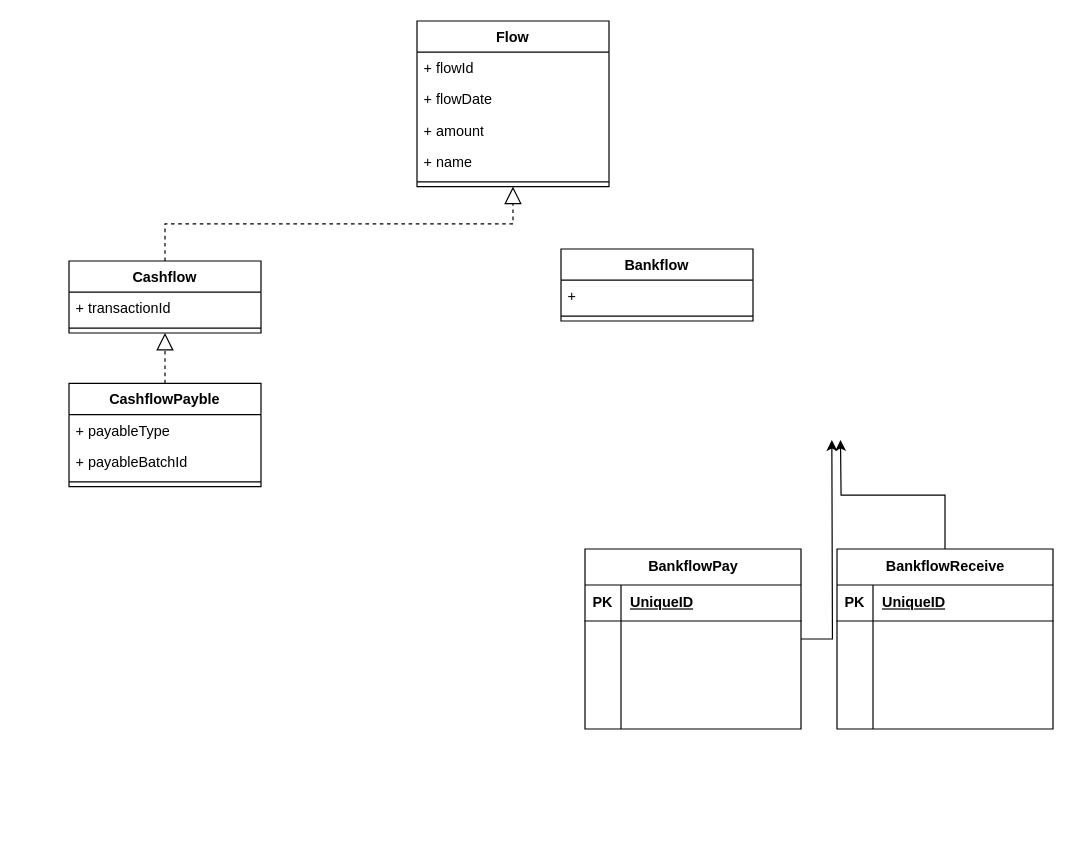
sxbwjm/dianzi keeps this draw.io diagram as page "class diagram" (3 of 3) of diagram.drawio. Above is the earlier version. Source tidied: cells renumbered, new cells numbered last; positions are measured from the earlier drawing's top-left corner, leaving out a move shared by most shapes. Both pictures are drawn from the tidied source at 120%, with x=0, y=0 at pixel (68, 20).
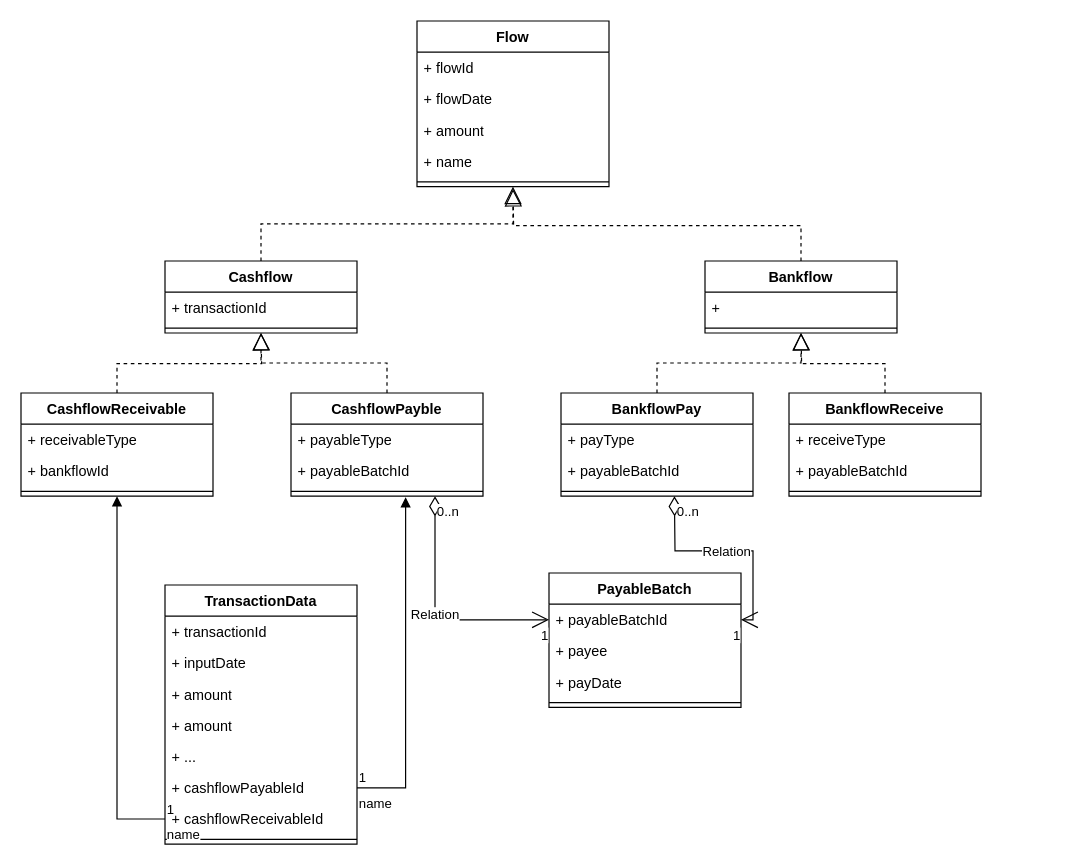
The same page after the edit.

Unchanged cells that the change refers to:
```xml
<mxCell id="46" style="line;strokeWidth=1;fillColor=none;align=left;verticalAlign=middle;spacingTop=-1;spacingLeft=3;spacingRight=3;labelPosition=right;points=[];portConstraint=eastwest;strokeColor=inherit;" parent="43" vertex="1">
  <mxGeometry y="78" width="160" height="8" as="geometry" />
</mxCell>
```

Change to the diagram source:
```diff
@@
-    <mxCell id="2" value="BankflowPay" style="shape=table;startSize=30;childLayout=tableLayout;rowLines=0;fontStyle=1;align=center;html=1;" parent="1" vertex="1">
-      <mxGeometry x="430" y="440" width="180" height="150" as="geometry" />
-    </mxCell>
-    <mxCell id="3" style="shape=tableRow;horizontal=0;startSize=0;swimlaneHead=0;swimlaneBody=0;fillColor=none;top=0;left=0;right=0;bottom=1;" parent="2" vertex="1">
-      <mxGeometry y="30" width="180" height="30" as="geometry" />
-    </mxCell>
-    <mxCell id="4" value="PK" style="shape=partialRectangle;fillColor=none;top=0;left=0;bottom=0;right=0;fontStyle=1;overflow=hidden;whiteSpace=wrap;html=1;" parent="3" vertex="1">
-      <mxGeometry width="30" height="30" as="geometry" />
-    </mxCell>
-    <mxCell id="5" value="UniqueID" style="shape=partialRectangle;fillColor=none;top=0;left=0;bottom=0;right=0;align=left;spacingLeft=6;fontStyle=5;overflow=hidden;whiteSpace=wrap;html=1;" parent="3" vertex="1">
-      <mxGeometry x="30" width="150" height="30" as="geometry" />
-    </mxCell>
-    <mxCell id="6" style="shape=tableRow;horizontal=0;startSize=0;swimlaneHead=0;swimlaneBody=0;fillColor=none;top=0;left=0;right=0;bottom=0;" parent="2" vertex="1">
-      <mxGeometry y="60" width="180" height="30" as="geometry" />
-    </mxCell>
-    <mxCell id="7" style="shape=partialRectangle;fillColor=none;top=0;left=0;bottom=0;right=0;overflow=hidden;whiteSpace=wrap;html=1;" parent="6" vertex="1">
-      <mxGeometry width="30" height="30" as="geometry" />
-    </mxCell>
-    <mxCell id="8" style="shape=partialRectangle;fillColor=none;top=0;left=0;bottom=0;right=0;align=left;spacingLeft=6;overflow=hidden;whiteSpace=wrap;html=1;" parent="6" vertex="1">
-      <mxGeometry x="30" width="150" height="30" as="geometry" />
-    </mxCell>
-    <mxCell id="9" style="shape=tableRow;horizontal=0;startSize=0;swimlaneHead=0;swimlaneBody=0;fillColor=none;top=0;left=0;right=0;bottom=0;" parent="2" vertex="1">
-      <mxGeometry y="90" width="180" height="30" as="geometry" />
-    </mxCell>
-    <mxCell id="10" style="shape=partialRectangle;fillColor=none;top=0;left=0;bottom=0;right=0;overflow=hidden;whiteSpace=wrap;html=1;" parent="9" vertex="1">
-      <mxGeometry width="30" height="30" as="geometry" />
-    </mxCell>
-    <mxCell id="11" style="shape=partialRectangle;fillColor=none;top=0;left=0;bottom=0;right=0;align=left;spacingLeft=6;overflow=hidden;whiteSpace=wrap;html=1;" parent="9" vertex="1">
-      <mxGeometry x="30" width="150" height="30" as="geometry" />
-    </mxCell>
-    <mxCell id="12" style="shape=tableRow;horizontal=0;startSize=0;swimlaneHead=0;swimlaneBody=0;fillColor=none;top=0;left=0;right=0;bottom=0;" parent="2" vertex="1">
-      <mxGeometry y="120" width="180" height="30" as="geometry" />
-    </mxCell>
-    <mxCell id="13" style="shape=partialRectangle;fillColor=none;top=0;left=0;bottom=0;right=0;overflow=hidden;whiteSpace=wrap;html=1;" parent="12" vertex="1">
-      <mxGeometry width="30" height="30" as="geometry" />
-    </mxCell>
-    <mxCell id="14" style="shape=partialRectangle;fillColor=none;top=0;left=0;bottom=0;right=0;align=left;spacingLeft=6;overflow=hidden;whiteSpace=wrap;html=1;" parent="12" vertex="1">
-      <mxGeometry x="30" width="150" height="30" as="geometry" />
-    </mxCell>
-    <mxCell id="15" value="BankflowReceive" style="shape=table;startSize=30;childLayout=tableLayout;rowLines=0;fontStyle=1;align=center;html=1;" parent="1" vertex="1">
-      <mxGeometry x="640" y="440" width="180" height="150" as="geometry" />
-    </mxCell>
-    <mxCell id="16" style="shape=tableRow;horizontal=0;startSize=0;swimlaneHead=0;swimlaneBody=0;fillColor=none;top=0;left=0;right=0;bottom=1;" parent="15" vertex="1">
-      <mxGeometry y="30" width="180" height="30" as="geometry" />
-    </mxCell>
-    <mxCell id="17" value="PK" style="shape=partialRectangle;fillColor=none;top=0;left=0;bottom=0;right=0;fontStyle=1;overflow=hidden;whiteSpace=wrap;html=1;" parent="16" vertex="1">
-      <mxGeometry width="30" height="30" as="geometry" />
-    </mxCell>
-    <mxCell id="18" value="UniqueID" style="shape=partialRectangle;fillColor=none;top=0;left=0;bottom=0;right=0;align=left;spacingLeft=6;fontStyle=5;overflow=hidden;whiteSpace=wrap;html=1;" parent="16" vertex="1">
-      <mxGeometry x="30" width="150" height="30" as="geometry" />
-    </mxCell>
-    <mxCell id="19" style="shape=tableRow;horizontal=0;startSize=0;swimlaneHead=0;swimlaneBody=0;fillColor=none;top=0;left=0;right=0;bottom=0;" parent="15" vertex="1">
-      <mxGeometry y="60" width="180" height="30" as="geometry" />
-    </mxCell>
-    <mxCell id="20" style="shape=partialRectangle;fillColor=none;top=0;left=0;bottom=0;right=0;overflow=hidden;whiteSpace=wrap;html=1;" parent="19" vertex="1">
-      <mxGeometry width="30" height="30" as="geometry" />
-    </mxCell>
-    <mxCell id="21" style="shape=partialRectangle;fillColor=none;top=0;left=0;bottom=0;right=0;align=left;spacingLeft=6;overflow=hidden;whiteSpace=wrap;html=1;" parent="19" vertex="1">
-      <mxGeometry x="30" width="150" height="30" as="geometry" />
-    </mxCell>
-    <mxCell id="22" style="shape=tableRow;horizontal=0;startSize=0;swimlaneHead=0;swimlaneBody=0;fillColor=none;top=0;left=0;right=0;bottom=0;" parent="15" vertex="1">
-      <mxGeometry y="90" width="180" height="30" as="geometry" />
-    </mxCell>
-    <mxCell id="23" style="shape=partialRectangle;fillColor=none;top=0;left=0;bottom=0;right=0;overflow=hidden;whiteSpace=wrap;html=1;" parent="22" vertex="1">
-      <mxGeometry width="30" height="30" as="geometry" />
-    </mxCell>
-    <mxCell id="24" style="shape=partialRectangle;fillColor=none;top=0;left=0;bottom=0;right=0;align=left;spacingLeft=6;overflow=hidden;whiteSpace=wrap;html=1;" parent="22" vertex="1">
-      <mxGeometry x="30" width="150" height="30" as="geometry" />
-    </mxCell>
-    <mxCell id="25" style="shape=tableRow;horizontal=0;startSize=0;swimlaneHead=0;swimlaneBody=0;fillColor=none;top=0;left=0;right=0;bottom=0;" parent="15" vertex="1">
-      <mxGeometry y="120" width="180" height="30" as="geometry" />
-    </mxCell>
-    <mxCell id="26" style="shape=partialRectangle;fillColor=none;top=0;left=0;bottom=0;right=0;overflow=hidden;whiteSpace=wrap;html=1;" parent="25" vertex="1">
-      <mxGeometry width="30" height="30" as="geometry" />
-    </mxCell>
-    <mxCell id="27" style="shape=partialRectangle;fillColor=none;top=0;left=0;bottom=0;right=0;align=left;spacingLeft=6;overflow=hidden;whiteSpace=wrap;html=1;" parent="25" vertex="1">
-      <mxGeometry x="30" width="150" height="30" as="geometry" />
-    </mxCell>
-    <mxCell id="28" style="edgeStyle=orthogonalEdgeStyle;rounded=0;jettySize=auto;html=1;entryX=0.516;entryY=0.973;entryDx=0;entryDy=0;entryPerimeter=0;" parent="1" edge="1" source="15">
-      <mxGeometry relative="1" as="geometry">
-        <mxPoint x="642.9" y="349.2" as="targetPoint" />
-      </mxGeometry>
-    </mxCell>
-    <mxCell id="29" style="edgeStyle=orthogonalEdgeStyle;rounded=0;jettySize=auto;html=1;entryX=0.476;entryY=0.973;entryDx=0;entryDy=0;entryPerimeter=0;" parent="1" edge="1" source="2">
-      <mxGeometry relative="1" as="geometry">
-        <mxPoint x="635.7" y="349.2" as="targetPoint" />
-      </mxGeometry>
-    </mxCell>
@@
     <mxCell id="36" value="Cashflow" style="swimlane;fontStyle=1;align=center;verticalAlign=top;horizontal=1;startSize=26;whiteSpace=wrap;html=1;" parent="1" vertex="1">
-      <mxGeometry y="200" width="160" height="60" as="geometry" />
+      <mxGeometry x="80" y="200" width="160" height="60" as="geometry" />
     </mxCell>
@@
     <mxCell id="40" value="Bankflow" style="swimlane;fontStyle=1;align=center;verticalAlign=top;horizontal=1;startSize=26;whiteSpace=wrap;html=1;" parent="1" vertex="1">
-      <mxGeometry x="410" y="190" width="160" height="60" as="geometry" />
+      <mxGeometry x="530" y="200" width="160" height="60" as="geometry" />
     </mxCell>
@@
     <mxCell id="43" value="CashflowPayble" style="swimlane;fontStyle=1;align=center;verticalAlign=top;horizontal=1;startSize=26;whiteSpace=wrap;html=1;" parent="1" vertex="1">
-      <mxGeometry y="302" width="160" height="86" as="geometry" />
+      <mxGeometry x="185" y="310" width="160" height="86" as="geometry" />
     </mxCell>
@@
+    <mxCell id="48" style="endArrow=block;dashed=1;endFill=0;endSize=12;html=1;rounded=0;edgeStyle=orthogonalEdgeStyle;exitX=0.5;exitY=0;exitDx=0;exitDy=0;" parent="1" edge="1" source="72">
+      <mxGeometry relative="1" as="geometry">
+        <mxPoint x="160" y="260" as="targetPoint" />
+      </mxGeometry>
+    </mxCell>
+    <mxCell id="49" style="endArrow=block;dashed=1;endFill=0;endSize=12;html=1;rounded=0;edgeStyle=orthogonalEdgeStyle;exitX=0.5;exitY=0;exitDx=0;exitDy=0;" parent="1" edge="1" source="40">
+      <mxGeometry relative="1" as="geometry">
+        <mxPoint x="370" y="140" as="targetPoint" />
+      </mxGeometry>
+    </mxCell>
+    <mxCell id="2" value="BankflowPay" style="swimlane;fontStyle=1;align=center;verticalAlign=top;horizontal=1;startSize=26;whiteSpace=wrap;html=1;" parent="1" vertex="1">
+      <mxGeometry x="410" y="310" width="160" height="86" as="geometry" />
+    </mxCell>
+    <mxCell id="50" value="+&amp;nbsp;payType" style="text;strokeColor=none;fillColor=none;align=left;verticalAlign=top;spacingLeft=4;spacingRight=4;overflow=hidden;whiteSpace=wrap;html=1;" parent="2" vertex="1">
+      <mxGeometry y="26" width="160" height="26" as="geometry" />
+    </mxCell>
+    <mxCell id="51" value="+ payableBatchId" style="text;strokeColor=none;fillColor=none;align=left;verticalAlign=top;spacingLeft=4;spacingRight=4;overflow=hidden;whiteSpace=wrap;html=1;" parent="2" vertex="1">
+      <mxGeometry y="52" width="160" height="26" as="geometry" />
+    </mxCell>
+    <mxCell id="52" style="line;strokeWidth=1;fillColor=none;align=left;verticalAlign=middle;spacingTop=-1;spacingLeft=3;spacingRight=3;labelPosition=right;strokeColor=inherit;" parent="2" vertex="1">
+      <mxGeometry y="78" width="160" height="8" as="geometry" />
+    </mxCell>
+    <mxCell id="53" style="endArrow=block;dashed=1;endFill=0;endSize=12;html=1;rounded=0;edgeStyle=orthogonalEdgeStyle;exitX=0.5;exitY=0;exitDx=0;exitDy=0;entryX=0.5;entryY=1;entryDx=0;entryDy=0;" parent="1" edge="1" source="2" target="40">
+      <mxGeometry relative="1" as="geometry" />
+    </mxCell>
+    <mxCell id="15" value="BankflowReceive" style="swimlane;fontStyle=1;align=center;verticalAlign=top;horizontal=1;startSize=26;whiteSpace=wrap;html=1;" parent="1" vertex="1">
+      <mxGeometry x="600" y="310" width="160" height="86" as="geometry" />
+    </mxCell>
+    <mxCell id="54" value="+ receiveType" style="text;strokeColor=none;fillColor=none;align=left;verticalAlign=top;spacingLeft=4;spacingRight=4;overflow=hidden;whiteSpace=wrap;html=1;" parent="15" vertex="1">
+      <mxGeometry y="26" width="160" height="26" as="geometry" />
+    </mxCell>
+    <mxCell id="55" value="+ payableBatchId" style="text;strokeColor=none;fillColor=none;align=left;verticalAlign=top;spacingLeft=4;spacingRight=4;overflow=hidden;whiteSpace=wrap;html=1;" parent="15" vertex="1">
+      <mxGeometry y="52" width="160" height="26" as="geometry" />
+    </mxCell>
+    <mxCell id="56" style="line;strokeWidth=1;fillColor=none;align=left;verticalAlign=middle;spacingTop=-1;spacingLeft=3;spacingRight=3;labelPosition=right;strokeColor=inherit;" parent="15" vertex="1">
+      <mxGeometry y="78" width="160" height="8" as="geometry" />
+    </mxCell>
+    <mxCell id="57" style="endArrow=block;dashed=1;endFill=0;endSize=12;html=1;rounded=0;edgeStyle=orthogonalEdgeStyle;exitX=0.5;exitY=0;exitDx=0;exitDy=0;" parent="1" edge="1" source="15">
+      <mxGeometry relative="1" as="geometry">
+        <mxPoint x="610" y="260" as="targetPoint" />
+      </mxGeometry>
+    </mxCell>
+    <mxCell id="58" value="TransactionData" style="swimlane;fontStyle=1;align=center;verticalAlign=top;horizontal=1;startSize=26;whiteSpace=wrap;html=1;" parent="1" vertex="1">
+      <mxGeometry x="80" y="470" width="160" height="216" as="geometry" />
+    </mxCell>
+    <mxCell id="59" value="+ transactionId" style="text;strokeColor=none;fillColor=none;align=left;verticalAlign=top;spacingLeft=4;spacingRight=4;overflow=hidden;whiteSpace=wrap;html=1;" parent="58" vertex="1">
+      <mxGeometry y="26" width="160" height="26" as="geometry" />
+    </mxCell>
+    <mxCell id="60" value="+ inputDate" style="text;strokeColor=none;fillColor=none;align=left;verticalAlign=top;spacingLeft=4;spacingRight=4;overflow=hidden;whiteSpace=wrap;html=1;" parent="58" vertex="1">
+      <mxGeometry y="52" width="160" height="26" as="geometry" />
+    </mxCell>
+    <mxCell id="61" value="+ amount" style="text;strokeColor=none;fillColor=none;align=left;verticalAlign=top;spacingLeft=4;spacingRight=4;overflow=hidden;whiteSpace=wrap;html=1;" parent="58" vertex="1">
+      <mxGeometry y="78" width="160" height="26" as="geometry" />
+    </mxCell>
+    <mxCell id="62" value="+ amount" style="text;strokeColor=none;fillColor=none;align=left;verticalAlign=top;spacingLeft=4;spacingRight=4;overflow=hidden;whiteSpace=wrap;html=1;" parent="58" vertex="1">
+      <mxGeometry y="104" width="160" height="26" as="geometry" />
+    </mxCell>
+    <mxCell id="63" value="+ ..." style="text;strokeColor=none;fillColor=none;align=left;verticalAlign=top;spacingLeft=4;spacingRight=4;overflow=hidden;whiteSpace=wrap;html=1;" parent="58" vertex="1">
+      <mxGeometry y="130" width="160" height="26" as="geometry" />
+    </mxCell>
+    <mxCell id="64" value="+&amp;nbsp;cashflowPayableId" style="text;strokeColor=none;fillColor=none;align=left;verticalAlign=top;spacingLeft=4;spacingRight=4;overflow=hidden;points=[[0,0.5],[1,0.5]];portConstraint=eastwest;whiteSpace=wrap;html=1;" parent="58" vertex="1">
+      <mxGeometry y="156" width="160" height="26" as="geometry" />
+    </mxCell>
+    <mxCell id="65" value="+&amp;nbsp;cashflowReceivableId" style="text;strokeColor=none;fillColor=none;align=left;verticalAlign=top;spacingLeft=4;spacingRight=4;overflow=hidden;points=[[0,0.5],[1,0.5]];portConstraint=eastwest;whiteSpace=wrap;html=1;" parent="58" vertex="1">
+      <mxGeometry y="182" width="160" height="26" as="geometry" />
+    </mxCell>
+    <mxCell id="66" style="line;strokeWidth=1;fillColor=none;align=left;verticalAlign=middle;spacingTop=-1;spacingLeft=3;spacingRight=3;labelPosition=right;strokeColor=inherit;" parent="58" vertex="1">
+      <mxGeometry y="208" width="160" height="8" as="geometry" />
+    </mxCell>
+    <mxCell id="67" value="PayableBatch" style="swimlane;fontStyle=1;align=center;verticalAlign=top;horizontal=1;startSize=26;whiteSpace=wrap;html=1;" parent="1" vertex="1">
+      <mxGeometry x="400" y="460" width="160" height="112" as="geometry" />
+    </mxCell>
+    <mxCell id="68" value="+&amp;nbsp;payableBatchId" style="text;strokeColor=none;fillColor=none;align=left;verticalAlign=top;spacingLeft=4;spacingRight=4;overflow=hidden;points=[[0,0.5],[1,0.5]];portConstraint=eastwest;whiteSpace=wrap;html=1;" parent="67" vertex="1">
+      <mxGeometry y="26" width="160" height="26" as="geometry" />
+    </mxCell>
+    <mxCell id="69" value="+&amp;nbsp;payee" style="text;strokeColor=none;fillColor=none;align=left;verticalAlign=top;spacingLeft=4;spacingRight=4;overflow=hidden;whiteSpace=wrap;html=1;" parent="67" vertex="1">
+      <mxGeometry y="52" width="160" height="26" as="geometry" />
+    </mxCell>
+    <mxCell id="70" value="+&amp;nbsp;payDate&amp;nbsp;" style="text;strokeColor=none;fillColor=none;align=left;verticalAlign=top;spacingLeft=4;spacingRight=4;overflow=hidden;whiteSpace=wrap;html=1;" parent="67" vertex="1">
+      <mxGeometry y="78" width="160" height="26" as="geometry" />
+    </mxCell>
+    <mxCell id="71" style="line;strokeWidth=1;fillColor=none;align=left;verticalAlign=middle;spacingTop=-1;spacingLeft=3;spacingRight=3;labelPosition=right;strokeColor=inherit;" parent="67" vertex="1">
+      <mxGeometry y="104" width="160" height="8" as="geometry" />
+    </mxCell>
+    <mxCell id="72" value="CashflowReceivable" style="swimlane;fontStyle=1;align=center;verticalAlign=top;horizontal=1;startSize=26;whiteSpace=wrap;html=1;" parent="1" vertex="1">
+      <mxGeometry x="-40" y="310" width="160" height="86" as="geometry" />
+    </mxCell>
+    <mxCell id="73" value="+ receivableType" style="text;strokeColor=none;fillColor=none;align=left;verticalAlign=top;spacingLeft=4;spacingRight=4;overflow=hidden;whiteSpace=wrap;html=1;" parent="72" vertex="1">
+      <mxGeometry y="26" width="160" height="26" as="geometry" />
+    </mxCell>
+    <mxCell id="74" value="+ bankflowId" style="text;strokeColor=none;fillColor=none;align=left;verticalAlign=top;spacingLeft=4;spacingRight=4;overflow=hidden;whiteSpace=wrap;html=1;" parent="72" vertex="1">
+      <mxGeometry y="52" width="160" height="26" as="geometry" />
+    </mxCell>
+    <mxCell id="75" style="line;strokeWidth=1;fillColor=none;align=left;verticalAlign=middle;spacingTop=-1;spacingLeft=3;spacingRight=3;labelPosition=right;strokeColor=inherit;" parent="72" vertex="1">
+      <mxGeometry y="78" width="160" height="8" as="geometry" />
+    </mxCell>
+    <mxCell id="76" value="name" style="endArrow=block;endFill=1;html=1;edgeStyle=orthogonalEdgeStyle;align=left;verticalAlign=top;rounded=0;exitX=0;exitY=0.5;exitDx=0;exitDy=0;entryX=0.5;entryY=1;entryDx=0;entryDy=0;" parent="1" edge="1" source="65" target="72">
+      <mxGeometry x="-1" relative="1" as="geometry" />
+    </mxCell>
+    <mxCell id="77" value="1" style="edgeLabel;html=1;align=left;verticalAlign=bottom;" parent="76" vertex="1">
+      <mxGeometry x="-1" relative="1" as="geometry" />
+    </mxCell>
+    <mxCell id="78" value="name" style="endArrow=block;endFill=1;html=1;edgeStyle=orthogonalEdgeStyle;align=left;verticalAlign=top;rounded=0;entryX=0.597;entryY=1.1;entryDx=0;entryDy=0;entryPerimeter=0;" parent="1" edge="1" source="64" target="46">
+      <mxGeometry x="-1" relative="1" as="geometry" />
+    </mxCell>
+    <mxCell id="79" value="1" style="edgeLabel;html=1;align=left;verticalAlign=bottom;" parent="78" vertex="1">
+      <mxGeometry x="-1" relative="1" as="geometry" />
+    </mxCell>
+    <mxCell id="80" value="Relation" style="endArrow=open;html=1;endSize=12;startArrow=diamondThin;startSize=14;startFill=0;edgeStyle=orthogonalEdgeStyle;rounded=0;exitX=0.75;exitY=1;exitDx=0;exitDy=0;entryX=0;entryY=0.5;entryDx=0;entryDy=0;" parent="1" edge="1" source="43" target="68">
+      <mxGeometry relative="1" as="geometry" />
+    </mxCell>
+    <mxCell id="81" value="0..n" style="edgeLabel;html=1;align=left;verticalAlign=top;" parent="80" vertex="1">
+      <mxGeometry x="-1" relative="1" as="geometry" />
+    </mxCell>
+    <mxCell id="82" value="1" style="edgeLabel;html=1;align=right;verticalAlign=top;" parent="80" vertex="1">
+      <mxGeometry x="1" relative="1" as="geometry" />
+    </mxCell>
+    <mxCell id="83" value="Relation" style="endArrow=open;html=1;endSize=12;startArrow=diamondThin;startSize=14;startFill=0;edgeStyle=orthogonalEdgeStyle;rounded=0;exitX=0.75;exitY=1;exitDx=0;exitDy=0;entryX=1;entryY=0.5;entryDx=0;entryDy=0;" parent="1" edge="1" target="68">
+      <mxGeometry relative="1" as="geometry">
+        <mxPoint x="504.5" y="396" as="sourcePoint" />
+      </mxGeometry>
+    </mxCell>
+    <mxCell id="84" value="0..n" style="edgeLabel;html=1;align=left;verticalAlign=top;" parent="83" vertex="1">
+      <mxGeometry x="-1" relative="1" as="geometry" />
+    </mxCell>
+    <mxCell id="85" value="1" style="edgeLabel;html=1;align=right;verticalAlign=top;" parent="83" vertex="1">
+      <mxGeometry x="1" relative="1" as="geometry" />
+    </mxCell>
```
